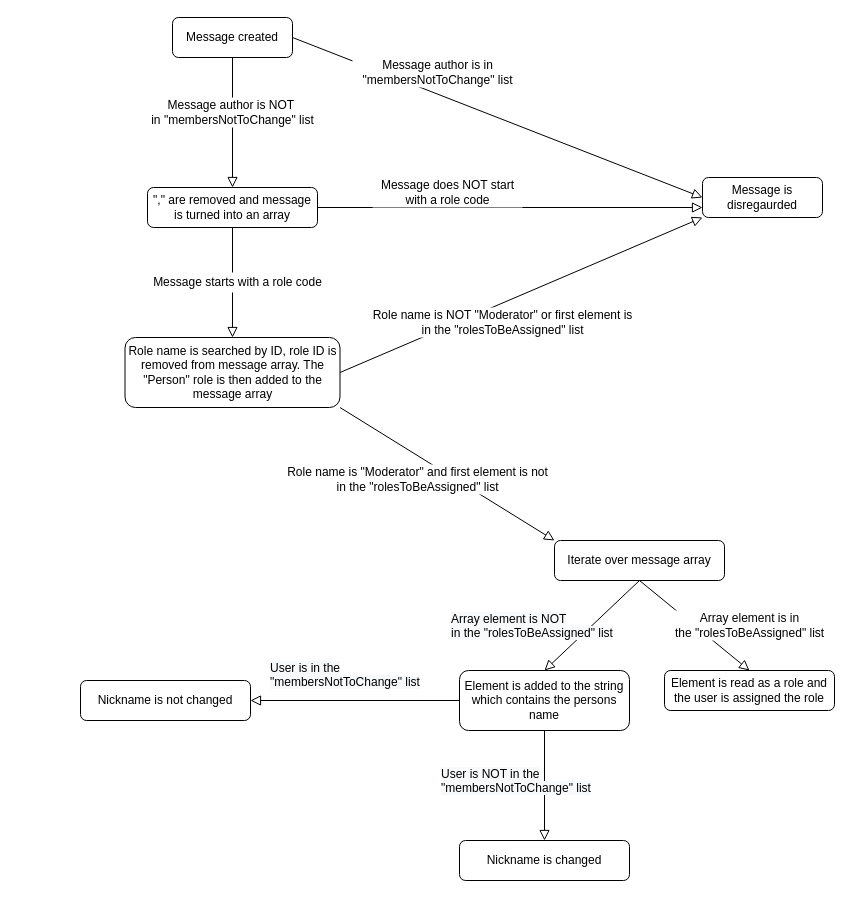
This is diagrams/OnMessageCreateDiagram.drawio from carterclark/DiscordBot, a draw.io file, before an edit. Source tidied: cells renumbered, new cells numbered last; positions are measured from the earlier drawing's top-left corner, leaving out a move shared by most shapes. Both pictures are drawn from the tidied source at 100%, with x=0, y=0 at pixel (80, 17).
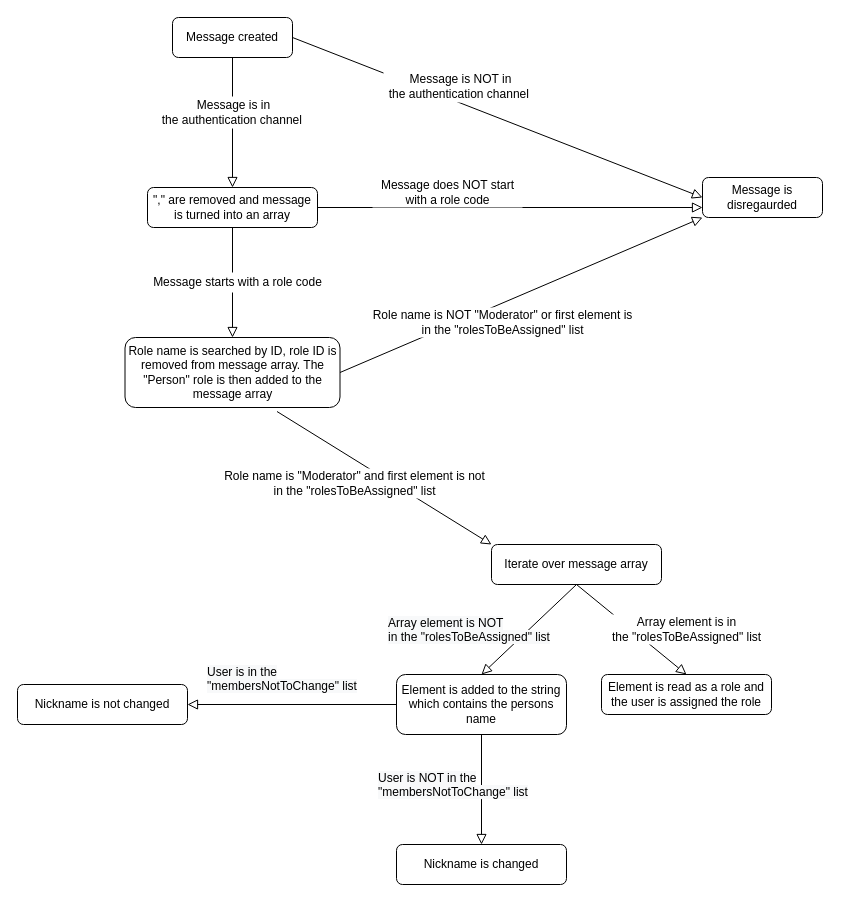
The same page after the edit.

Commit message (it also covers changes not shown here):
added channel auth to bot response

Unchanged cells that the change refers to:
```xml
<mxCell id="11" value="Role name is searched by ID, role ID is removed from message array. The &quot;Person&quot; role is then added to the message array" style="rounded=1;whiteSpace=wrap;html=1;fontSize=12;glass=0;strokeWidth=1;shadow=0;" parent="1" vertex="1">
  <mxGeometry x="44.5" y="320" width="215" height="70" as="geometry" />
</mxCell>
```

Diff of the diagram source:
```diff
@@
-    <mxCell id="6" value="Message author is in &lt;br&gt;&quot;membersNotToChange&quot; list" style="text;html=1;align=center;verticalAlign=middle;strokeColor=none;fillColor=white;" parent="1" vertex="1">
-      <mxGeometry x="272" y="40" width="170" height="30" as="geometry" />
+    <mxCell id="6" value="Message is NOT in &lt;br&gt;the authentication channel&amp;nbsp;" style="text;html=1;align=center;verticalAlign=middle;strokeColor=none;fillColor=white;" parent="1" vertex="1">
+      <mxGeometry x="303" y="53" width="153" height="32" as="geometry" />
     </mxCell>
@@
-    <mxCell id="8" value="Message author is NOT&amp;nbsp;&lt;br&gt;in &quot;membersNotToChange&quot; list" style="text;html=1;align=center;verticalAlign=middle;strokeColor=none;fillColor=white;" parent="1" vertex="1">
-      <mxGeometry x="62" y="80" width="180" height="30" as="geometry" />
+    <mxCell id="8" value="Message is in &lt;br&gt;the authentication channel&amp;nbsp;" style="text;html=1;align=center;verticalAlign=middle;strokeColor=none;fillColor=white;" parent="1" vertex="1">
+      <mxGeometry x="76" y="79" width="153" height="32" as="geometry" />
     </mxCell>
@@
-    <mxCell id="13" style="rounded=0;html=1;jettySize=auto;fontSize=11;endArrow=block;endFill=0;endSize=8;strokeWidth=1;shadow=0;labelBackgroundColor=none;exitX=1;exitY=1;exitDx=0;exitDy=0;entryX=0;entryY=0;entryDx=0;entryDy=0;" parent="1" edge="1" source="11" target="14">
-      <mxGeometry relative="1" as="geometry" />
+    <mxCell id="13" style="rounded=0;html=1;jettySize=auto;fontSize=11;endArrow=block;endFill=0;endSize=8;strokeWidth=1;shadow=0;labelBackgroundColor=none;exitX=1;exitY=1;exitDx=0;exitDy=0;entryX=0;entryY=0;entryDx=0;entryDy=0;" parent="1" edge="1" target="14">
+      <mxGeometry relative="1" as="geometry">
+        <mxPoint x="196.5" y="394" as="sourcePoint" />
+      </mxGeometry>
     </mxCell>
     <mxCell id="14" value="Iterate over message array" style="rounded=1;whiteSpace=wrap;html=1;fontSize=12;glass=0;strokeWidth=1;shadow=0;" parent="1" vertex="1">
-      <mxGeometry x="474" y="523" width="170" height="40" as="geometry" />
+      <mxGeometry x="411" y="527" width="170" height="40" as="geometry" />
     </mxCell>
     <mxCell id="15" value="Role name is &quot;Moderator&quot; and first element is not &lt;br&gt;in the &quot;rolesToBeAssigned&quot; list" style="text;html=1;align=center;verticalAlign=middle;strokeColor=none;fillColor=white;" parent="1" vertex="1">
-      <mxGeometry x="197" y="447" width="280" height="30" as="geometry" />
+      <mxGeometry x="134" y="451" width="280" height="30" as="geometry" />
     </mxCell>
@@
     <mxCell id="17" value="Element is added to the string which contains the persons name" style="rounded=1;whiteSpace=wrap;html=1;fontSize=12;glass=0;strokeWidth=1;shadow=0;" parent="1" vertex="1">
-      <mxGeometry x="379" y="653" width="170" height="60" as="geometry" />
+      <mxGeometry x="316" y="657" width="170" height="60" as="geometry" />
     </mxCell>
     <mxCell id="18" value="Element is read as a role and the user is assigned the role" style="rounded=1;whiteSpace=wrap;html=1;fontSize=12;glass=0;strokeWidth=1;shadow=0;" parent="1" vertex="1">
-      <mxGeometry x="584" y="653" width="170" height="40" as="geometry" />
+      <mxGeometry x="521" y="657" width="170" height="40" as="geometry" />
     </mxCell>
@@
     <mxCell id="20" value="Array element is in &lt;br&gt;the &quot;rolesToBeAssigned&quot; list" style="text;html=1;align=center;verticalAlign=middle;strokeColor=none;fillColor=white;" parent="1" vertex="1">
-      <mxGeometry x="589" y="593" width="160" height="30" as="geometry" />
+      <mxGeometry x="526" y="597" width="160" height="30" as="geometry" />
     </mxCell>
     <mxCell id="21" value="&lt;span style=&quot;color: rgb(0 , 0 , 0) ; font-family: &amp;#34;helvetica&amp;#34; ; font-size: 12px ; font-style: normal ; font-weight: 400 ; letter-spacing: normal ; text-align: center ; text-indent: 0px ; text-transform: none ; word-spacing: 0px ; background-color: rgb(248 , 249 , 250) ; display: inline ; float: none&quot;&gt;Array element is NOT &lt;br&gt;in the &quot;rolesToBeAssigned&quot; list&lt;/span&gt;" style="text;whiteSpace=wrap;html=1;fontSize=12;fontFamily=Helvetica;fontColor=default;" parent="1" vertex="1">
-      <mxGeometry x="369" y="588" width="180" height="40" as="geometry" />
+      <mxGeometry x="306" y="592" width="180" height="40" as="geometry" />
     </mxCell>
     <mxCell id="22" value="Nickname is not changed" style="rounded=1;whiteSpace=wrap;html=1;fontSize=12;glass=0;strokeWidth=1;shadow=0;" parent="1" vertex="1">
-      <mxGeometry y="663" width="170" height="40" as="geometry" />
+      <mxGeometry x="-63" y="667" width="170" height="40" as="geometry" />
     </mxCell>
@@
     <mxCell id="24" value="&lt;span style=&quot;color: rgb(0 , 0 , 0) ; font-family: &amp;#34;helvetica&amp;#34; ; font-size: 12px ; font-style: normal ; font-weight: 400 ; letter-spacing: normal ; text-align: center ; text-indent: 0px ; text-transform: none ; word-spacing: 0px ; background-color: rgb(248 , 249 , 250) ; display: inline ; float: none&quot;&gt;User is in the &lt;br&gt;&quot;membersNotToChange&quot; list&lt;/span&gt;" style="text;whiteSpace=wrap;html=1;fontSize=12;fontFamily=Helvetica;fontColor=default;" parent="1" vertex="1">
-      <mxGeometry x="188" y="637" width="160" height="40" as="geometry" />
+      <mxGeometry x="125" y="641" width="160" height="40" as="geometry" />
     </mxCell>
@@
     <mxCell id="26" value="Nickname is changed" style="rounded=1;whiteSpace=wrap;html=1;fontSize=12;glass=0;strokeWidth=1;shadow=0;" parent="1" vertex="1">
-      <mxGeometry x="379" y="823" width="170" height="40" as="geometry" />
+      <mxGeometry x="316" y="827" width="170" height="40" as="geometry" />
     </mxCell>
     <mxCell id="27" value="&lt;span style=&quot;color: rgb(0 , 0 , 0) ; font-family: &amp;#34;helvetica&amp;#34; ; font-size: 12px ; font-style: normal ; font-weight: 400 ; letter-spacing: normal ; text-align: center ; text-indent: 0px ; text-transform: none ; word-spacing: 0px ; background-color: rgb(248 , 249 , 250) ; display: inline ; float: none&quot;&gt;User is NOT in the &lt;br&gt;&quot;membersNotToChange&quot; list&lt;/span&gt;" style="text;whiteSpace=wrap;html=1;fontSize=12;fontFamily=Helvetica;fontColor=default;" parent="1" vertex="1">
-      <mxGeometry x="359" y="743" width="160" height="40" as="geometry" />
+      <mxGeometry x="296" y="747" width="160" height="40" as="geometry" />
     </mxCell>
```
